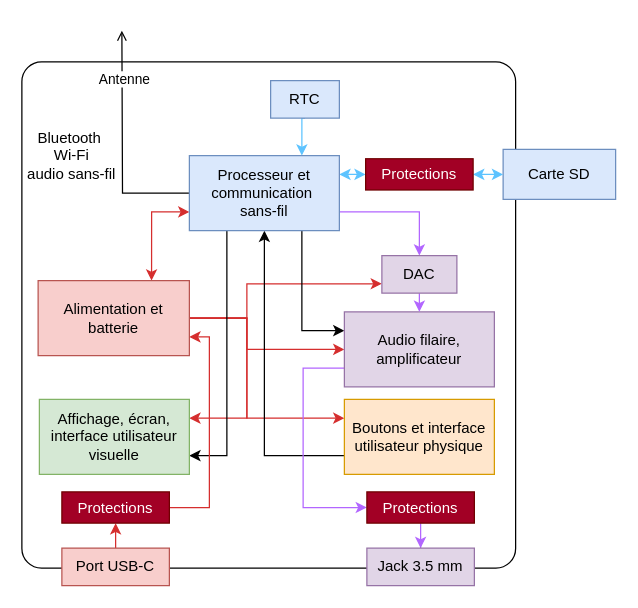
dossantosyann/iPod2.0_Latex_Report keeps this draw.io diagram as assets/figures/Analyse_Fonctionnelle-Niv1.drawio. Above is the earlier version. Source tidied: cells renumbered, new cells numbered last; positions are measured from the earlier drawing's top-left corner, leaving out a move shared by most shapes. Both pictures are drawn from the tidied source at 125%, with x=0, y=0 at pixel (21, 30).
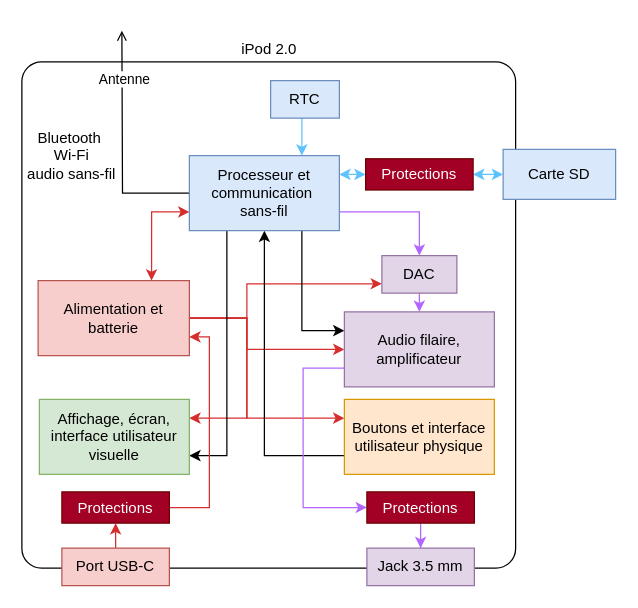
Above is the later version.

Commit message:
Mettre à jour Analyse_Fonctionnelle-Niv1.drawio

Change to the diagram source:
```diff
@@
+    <mxCell id="36" value="iPod 2.0" style="text;html=1;whiteSpace=wrap;strokeColor=none;fillColor=none;align=center;verticalAlign=middle;rounded=0;" parent="1" vertex="1">
+      <mxGeometry x="167.5" width="60" height="30" as="geometry" />
+    </mxCell>
```
